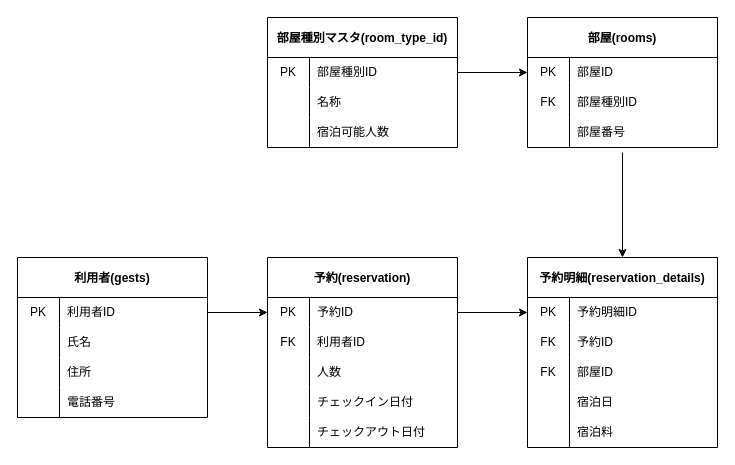
Above: hotel.drawio in subaaaaaaaa/hotel (draw.io), before the change. Source tidied: cells renumbered, new cells numbered last; positions are measured from the earlier drawing's top-left corner, leaving out a move shared by most shapes. Both pictures are drawn from the tidied source at 100%, with x=0, y=0 at pixel (17, 17).
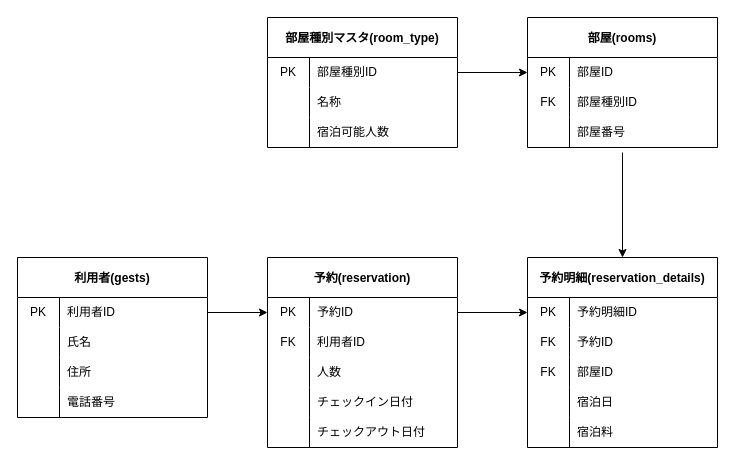
Above is the later version.

Diff of the diagram source:
```diff
@@
-    <mxCell id="2" value="部屋種別マスタ(room_type_id)" style="shape=table;startSize=40;childLayout=tableLayout;rowLines=0;fontStyle=1;" parent="1" vertex="1">
+    <mxCell id="2" value="部屋種別マスタ(room_type)" style="shape=table;startSize=40;childLayout=tableLayout;rowLines=0;fontStyle=1;" parent="1" vertex="1">
       <mxGeometry x="250" width="190" height="130" as="geometry" />
     </mxCell>
```
